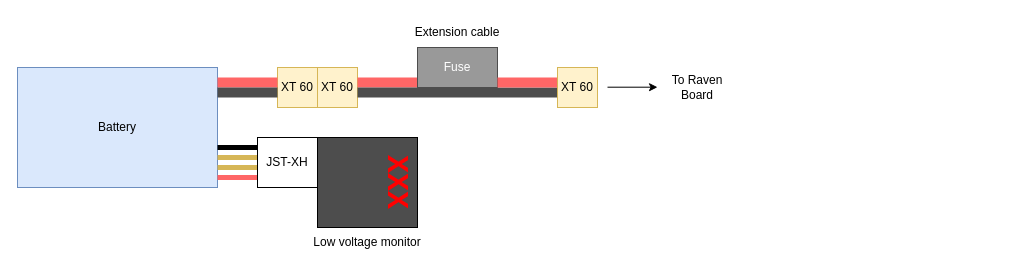
MASLAB/battery-how-to keeps this draw.io diagram as diagram/battery.drawio. Above is the earlier version. Source tidied: cells renumbered, new cells numbered last; positions are measured from the earlier drawing's top-left corner, leaving out a move shared by most shapes. Both pictures are drawn from the tidied source at 100%, with x=0, y=0 at pixel (17, 17).
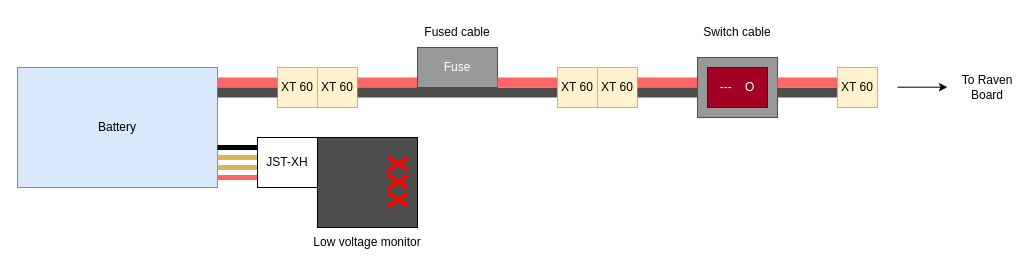
After the change.

Commit message (it also covers changes not shown here):
Add diagram and warning about USB-C

Diff of the diagram source:
```diff
@@
     <mxCell id="12" style="endArrow=classic;html=1;rounded=0;" parent="1" edge="1">
       <mxGeometry relative="1" as="geometry">
-        <mxPoint x="590" y="69.7" as="sourcePoint" />
-        <mxPoint x="640" y="69.7" as="targetPoint" />
+        <mxPoint x="880" y="69.7" as="sourcePoint" />
+        <mxPoint x="930" y="69.7" as="targetPoint" />
       </mxGeometry>
     </mxCell>
     <mxCell id="13" value="To Raven Board" style="text;html=1;align=center;verticalAlign=middle;whiteSpace=wrap;rounded=0;" parent="1" vertex="1">
-      <mxGeometry x="650" y="50" width="60" height="40" as="geometry" />
+      <mxGeometry x="940" y="50" width="60" height="40" as="geometry" />
     </mxCell>
@@
-    <mxCell id="21" value="Extension cable" style="text;html=1;align=center;verticalAlign=middle;whiteSpace=wrap;rounded=0;" parent="1" vertex="1">
+    <mxCell id="21" value="Fused cable" style="text;html=1;align=center;verticalAlign=middle;whiteSpace=wrap;rounded=0;" parent="1" vertex="1">
       <mxGeometry x="380" width="120" height="30" as="geometry" />
     </mxCell>
@@
+    <mxCell id="23" value="XT 60" style="rounded=0;whiteSpace=wrap;html=1;fillColor=#fff2cc;strokeColor=#d6b656;" parent="1" vertex="1">
+      <mxGeometry x="580" y="50" width="40" height="40" as="geometry" />
+    </mxCell>
+    <mxCell id="24" style="rounded=0;whiteSpace=wrap;html=1;fillColor=#FF6666;strokeColor=none;" parent="1" vertex="1">
+      <mxGeometry x="620" y="60" width="60" height="10" as="geometry" />
+    </mxCell>
+    <mxCell id="25" style="rounded=0;whiteSpace=wrap;html=1;fillColor=#4D4D4D;strokeColor=none;" parent="1" vertex="1">
+      <mxGeometry x="620" y="70" width="200" height="10" as="geometry" />
+    </mxCell>
+    <mxCell id="26" style="rounded=0;whiteSpace=wrap;html=1;fillColor=#999999;strokeColor=#4D4D4D;" parent="1" vertex="1">
+      <mxGeometry x="680" y="40" width="80" height="60" as="geometry" />
+    </mxCell>
+    <mxCell id="27" style="rounded=0;whiteSpace=wrap;html=1;fillColor=#FF6666;strokeColor=none;" parent="1" vertex="1">
+      <mxGeometry x="760" y="60" width="60" height="10" as="geometry" />
+    </mxCell>
+    <mxCell id="28" value="XT 60" style="rounded=0;whiteSpace=wrap;html=1;fillColor=#fff2cc;strokeColor=#d6b656;" parent="1" vertex="1">
+      <mxGeometry x="820" y="50" width="40" height="40" as="geometry" />
+    </mxCell>
+    <mxCell id="29" value="Switch cable" style="text;html=1;align=center;verticalAlign=middle;whiteSpace=wrap;rounded=0;" parent="1" vertex="1">
+      <mxGeometry x="660" width="120" height="30" as="geometry" />
+    </mxCell>
+    <mxCell id="30" value="&lt;font color=&quot;#ffffff&quot;&gt;---&amp;nbsp; &amp;nbsp; O&lt;/font&gt;" style="rounded=0;whiteSpace=wrap;html=1;fillColor=#a20025;strokeColor=#6F0000;fontColor=#ffffff;" parent="1" vertex="1">
+      <mxGeometry x="690" y="50" width="60" height="40" as="geometry" />
+    </mxCell>
```
